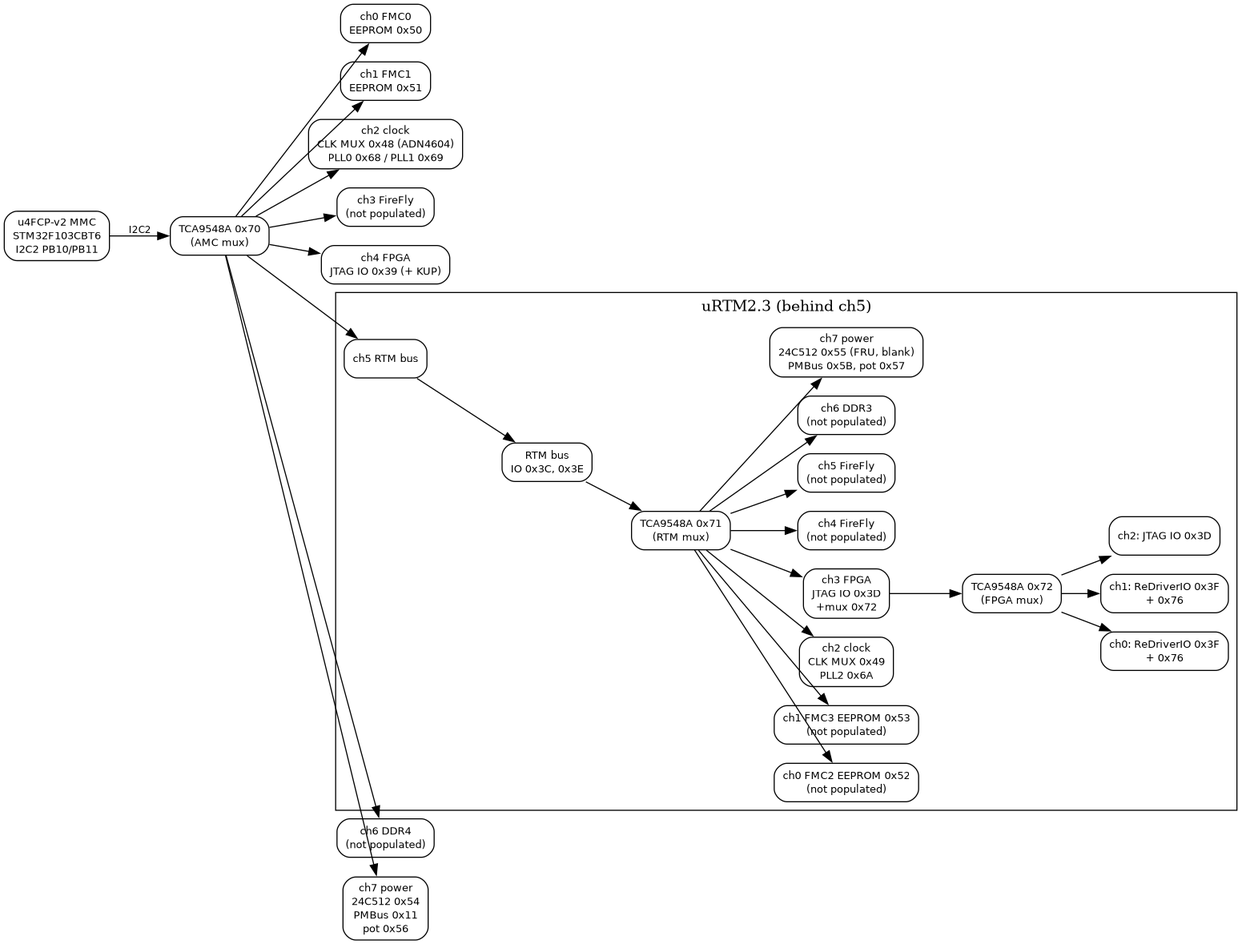
The Graphviz diagram docs/u4fcp-v2-i2c-map.png in palzhj/openMMC_uFC, before a commit. Its source is kept beside it as docs/u4fcp-v2-i2c-map.dot.
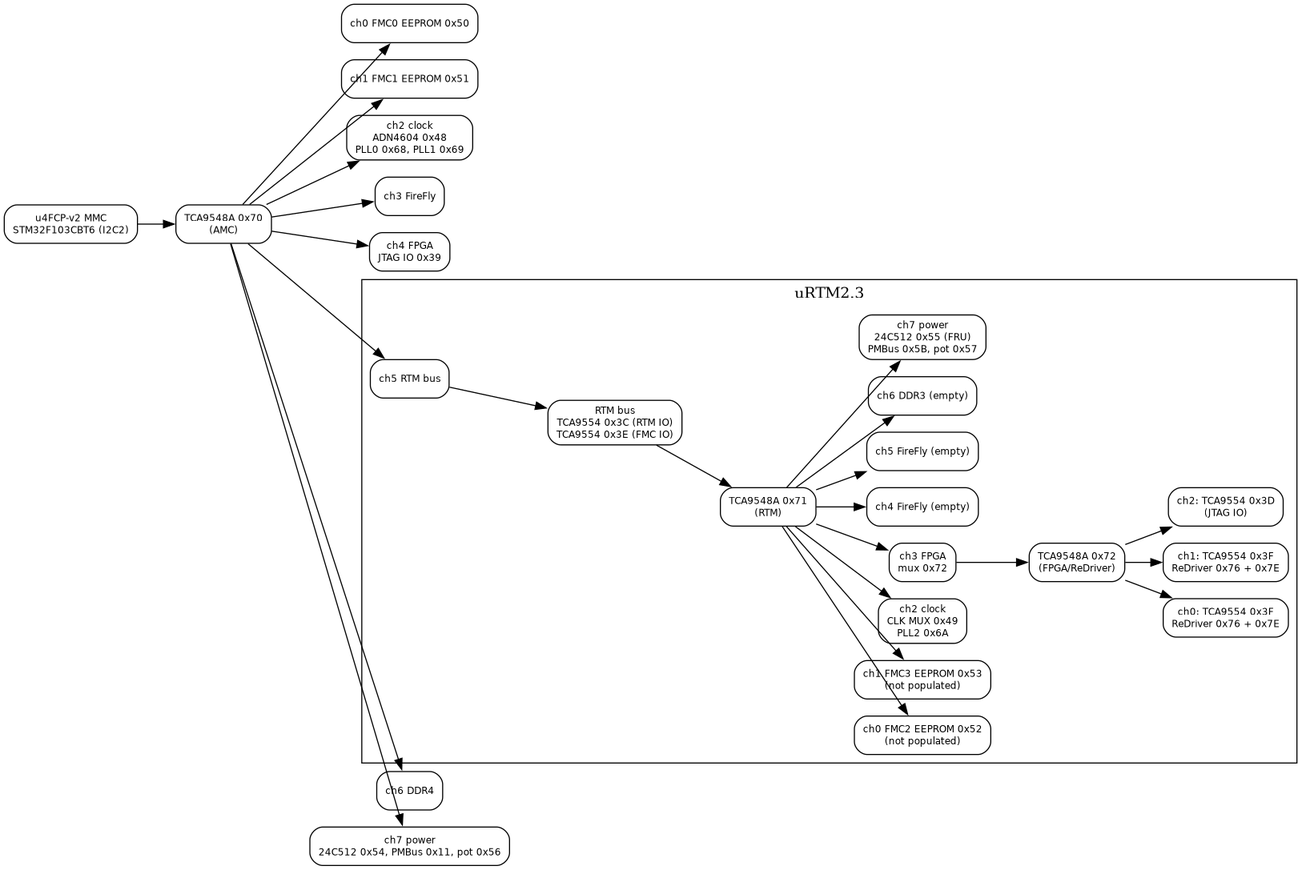
Later version of the same file.

Commit message:
docs: update the I2C tree with the complete uRTM2.3 topology

0x71 -> ch2 CLK 0x49/PLL2 0x6A, ch3 mux 0x72, ch7 24C512 0x55/PMBus 0x5B/pot
0x57; 0x72 -> ch0/ch1: TCA9554 0x3F + ReDriver 0x76/0x7E, ch2: TCA9554
0x3D (JTAG IO); RTM bus: TCA9554 0x3C/0x3E.

Diff of the diagram source:
```diff
@@ -1,44 +1,37 @@
 digraph i2c {
-  rankdir=LR; bgcolor="white"; splines=false; nodesep=0.25;
-  node [shape=box, style="rounded", fontname="Helvetica", fontsize=10];
-  edge [fontname="Helvetica", fontsize=9];
+  rankdir=LR; bgcolor="white"; splines=false; nodesep=0.22;
+  node [shape=box, style="rounded", fontname="Helvetica", fontsize=9];
+  edge [fontname="Helvetica", fontsize=8];
 
-  mcu [label="u4FCP-v2 MMC\nSTM32F103CBT6\nI2C2 PB10/PB11"];
-  amux [label="TCA9548A 0x70\n(AMC mux)"];
-  mcu -> amux [label="I2C2"];
-
-  ch0 [label="ch0 FMC0\nEEPROM 0x50"];
-  ch1 [label="ch1 FMC1\nEEPROM 0x51"];
-  ch2 [label="ch2 clock\nCLK MUX 0x48 (ADN4604)\nPLL0 0x68 / PLL1 0x69"];
-  ch3 [label="ch3 FireFly\n(not populated)"];
-  ch4 [label="ch4 FPGA\nJTAG IO 0x39 (+ KUP)"];
-  ch5 [label="ch5 RTM bus"];
-  ch6 [label="ch6 DDR4\n(not populated)"];
-  ch7 [label="ch7 power\n24C512 0x54\nPMBus 0x11\npot 0x56"];
-  amux -> ch0; amux -> ch1; amux -> ch2; amux -> ch3; amux -> ch4; amux -> ch5; amux -> ch6; amux -> ch7;
+  mcu [label="u4FCP-v2 MMC\nSTM32F103CBT6 (I2C2)"];
+  amux [label="TCA9548A 0x70\n(AMC)"];
+  mcu -> amux;
+  a0 [label="ch0 FMC0 EEPROM 0x50"]; a1 [label="ch1 FMC1 EEPROM 0x51"];
+  a2 [label="ch2 clock\nADN4604 0x48\nPLL0 0x68, PLL1 0x69"];
+  a3 [label="ch3 FireFly" ]; a4 [label="ch4 FPGA\nJTAG IO 0x39"];
+  a5 [label="ch5 RTM bus"]; a6 [label="ch6 DDR4"]; a7 [label="ch7 power\n24C512 0x54, PMBus 0x11, pot 0x56"];
+  amux -> a0; amux -> a1; amux -> a2; amux -> a3; amux -> a4; amux -> a5; amux -> a6; amux -> a7;
 
   subgraph cluster_rtm {
-    label="uRTM2.3 (behind ch5)";
-    busnode [label="RTM bus\nIO 0x3C, 0x3E"];
-    rmux [label="TCA9548A 0x71\n(RTM mux)"];
-    ch5 -> busnode;
-    busnode -> rmux;
-
+    label="uRTM2.3";
+    rbus [label="RTM bus\nTCA9554 0x3C (RTM IO)\nTCA9554 0x3E (FMC IO)"];
+    rmux [label="TCA9548A 0x71\n(RTM)"];
+    a5 -> rbus -> rmux;
     r0 [label="ch0 FMC2 EEPROM 0x52\n(not populated)"];
     r1 [label="ch1 FMC3 EEPROM 0x53\n(not populated)"];
     r2 [label="ch2 clock\nCLK MUX 0x49\nPLL2 0x6A"];
-    r3 [label="ch3 FPGA\nJTAG IO 0x3D\n+mux 0x72"];
-    r4 [label="ch4 FireFly\n(not populated)"];
-    r5 [label="ch5 FireFly\n(not populated)"];
-    r6 [label="ch6 DDR3\n(not populated)"];
-    r7 [label="ch7 power\n24C512 0x55 (FRU, blank)\nPMBus 0x5B, pot 0x57"];
-    rmux -> r0; rmux -> r1; rmux -> r2; rmux -> r3; rmux -> r4; rmux -> r5; rmux -> r6; rmux -> r7;
+    r3 [label="ch3 FPGA\nmux 0x72"];
+    r4 [label="ch4 FireFly (empty)"]; r5 [label="ch5 FireFly (empty)"];
+    r6 [label="ch6 DDR3 (empty)"];
+    r7 [label="ch7 power\n24C512 0x55 (FRU)\nPMBus 0x5B, pot 0x57"];
+    rmux -> r0; rmux -> r1; rmux -> r2; rmux -> r3;
+    rmux -> r4; rmux -> r5; rmux -> r6; rmux -> r7;
 
-    fmux [label="TCA9548A 0x72\n(FPGA mux)"];
+    fmux [label="TCA9548A 0x72\n(FPGA/ReDriver)"];
     r3 -> fmux;
-    f0 [label="ch0: ReDriverIO 0x3F\n+ 0x76"];
-    f1 [label="ch1: ReDriverIO 0x3F\n+ 0x76"];
-    f2 [label="ch2: JTAG IO 0x3D"];
+    f0 [label="ch0: TCA9554 0x3F\nReDriver 0x76 + 0x7E"];
+    f1 [label="ch1: TCA9554 0x3F\nReDriver 0x76 + 0x7E"];
+    f2 [label="ch2: TCA9554 0x3D\n(JTAG IO)"];
     fmux -> f0; fmux -> f1; fmux -> f2;
   }
 }
```
